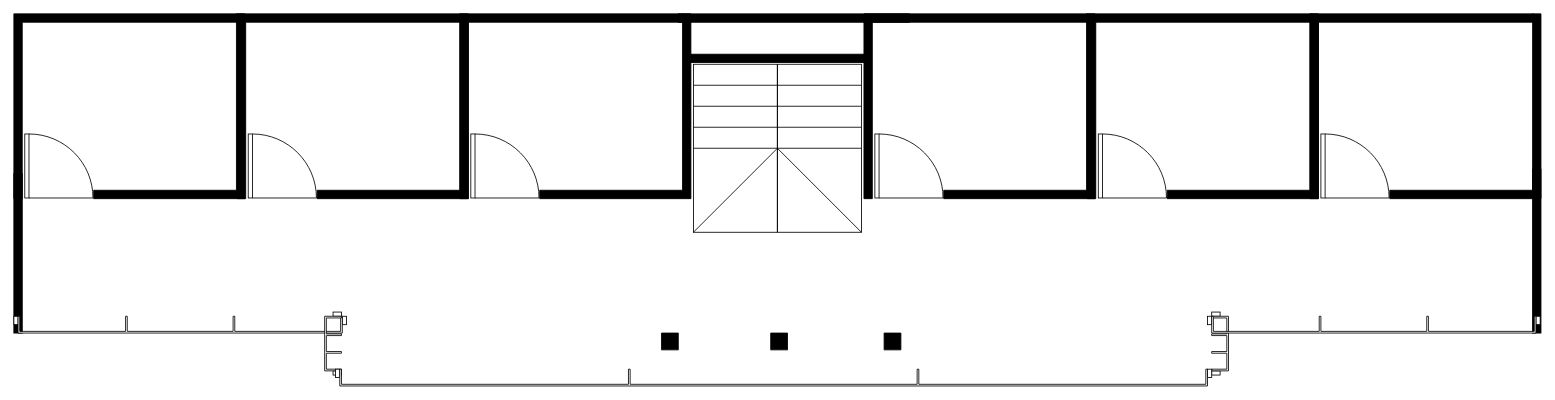
Before: page "1st - floor" (2 of 2) of Diagram Tanpa Judul.drawio in mohammadrifanmushlih17/My-Project-Draw, a draw.io diagram. Source tidied: cells renumbered, new cells numbered last; positions are measured from the earlier drawing's top-left corner, leaving out a move shared by most shapes. Both pictures are drawn from the tidied source at 84%, with x=0, y=0 at pixel (13, 13).
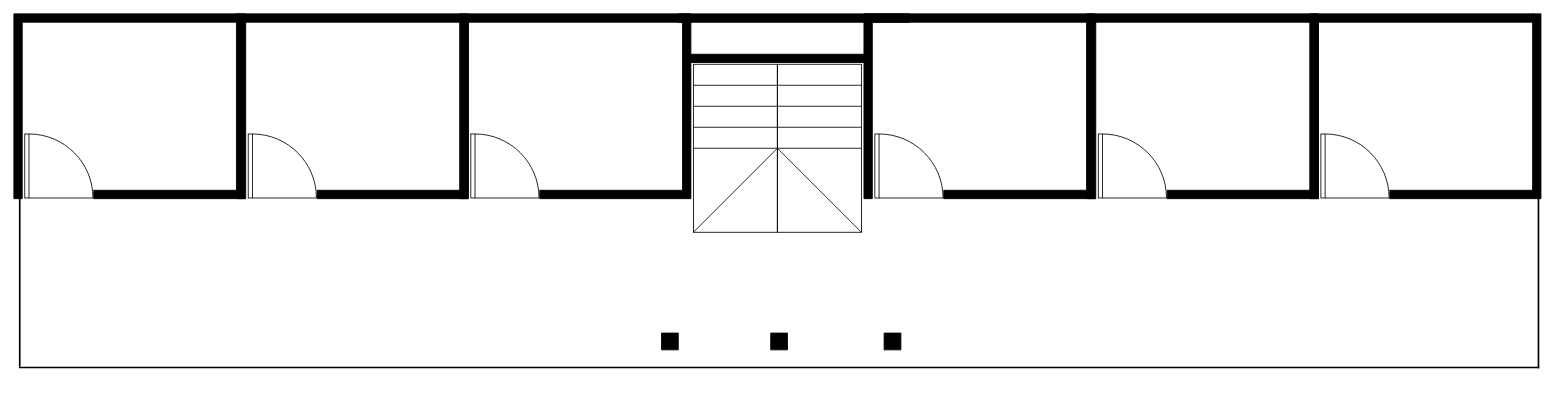
The same diagram, later.

Commit message:
Patching add 1st - floor

What changed in the source:
```diff
@@
-    <mxCell id="25" style="verticalLabelPosition=bottom;html=1;verticalAlign=top;align=center;shape=mxgraph.floorplan.wall;fillColor=strokeColor;direction=south;" parent="1" vertex="1">
-      <mxGeometry y="190" width="10" height="190" as="geometry" />
-    </mxCell>
@@
-    <mxCell id="28" style="verticalLabelPosition=bottom;html=1;verticalAlign=top;align=center;shape=mxgraph.floorplan.windowGarden;dx=0.25;direction=west;" parent="1" vertex="1">
-      <mxGeometry y="360" width="396" height="20" as="geometry" />
-    </mxCell>
-    <mxCell id="29" style="verticalLabelPosition=bottom;html=1;verticalAlign=top;align=center;shape=mxgraph.floorplan.windowGarden;dx=0.25;direction=south;" parent="1" vertex="1">
-      <mxGeometry x="1426" y="355" width="20" height="75" as="geometry" />
-    </mxCell>
-    <mxCell id="30" style="verticalLabelPosition=bottom;html=1;verticalAlign=top;align=center;shape=mxgraph.floorplan.windowGarden;dx=0.25;direction=north;" parent="1" vertex="1">
-      <mxGeometry x="370" y="355" width="20" height="75" as="geometry" />
-    </mxCell>
-    <mxCell id="31" style="verticalLabelPosition=bottom;html=1;verticalAlign=top;align=center;shape=mxgraph.floorplan.windowGarden;dx=0.25;direction=west;" parent="1" vertex="1">
-      <mxGeometry x="383" y="423" width="1043" height="20" as="geometry" />
-    </mxCell>
-    <mxCell id="32" style="verticalLabelPosition=bottom;html=1;verticalAlign=top;align=center;shape=mxgraph.floorplan.wall;fillColor=strokeColor;direction=south;" parent="1" vertex="1">
-      <mxGeometry x="1808" y="185" width="10" height="195" as="geometry" />
-    </mxCell>
-    <mxCell id="33" style="verticalLabelPosition=bottom;html=1;verticalAlign=top;align=center;shape=mxgraph.floorplan.windowGarden;dx=0.25;direction=west;" parent="1" vertex="1">
-      <mxGeometry x="1421" y="360" width="396" height="20" as="geometry" />
-    </mxCell>
@@
+    <mxCell id="37" style="line;strokeWidth=2;direction=south;html=1;" parent="1" vertex="1">
+      <mxGeometry x="2" y="210" width="10" height="210" as="geometry" />
+    </mxCell>
+    <mxCell id="38" style="line;strokeWidth=2;html=1;" parent="1" vertex="1">
+      <mxGeometry x="6" y="416" width="1810" height="10" as="geometry" />
+    </mxCell>
+    <mxCell id="39" style="line;strokeWidth=2;direction=south;html=1;" parent="1" vertex="1">
+      <mxGeometry x="1810" y="212" width="10" height="210" as="geometry" />
+    </mxCell>
```
